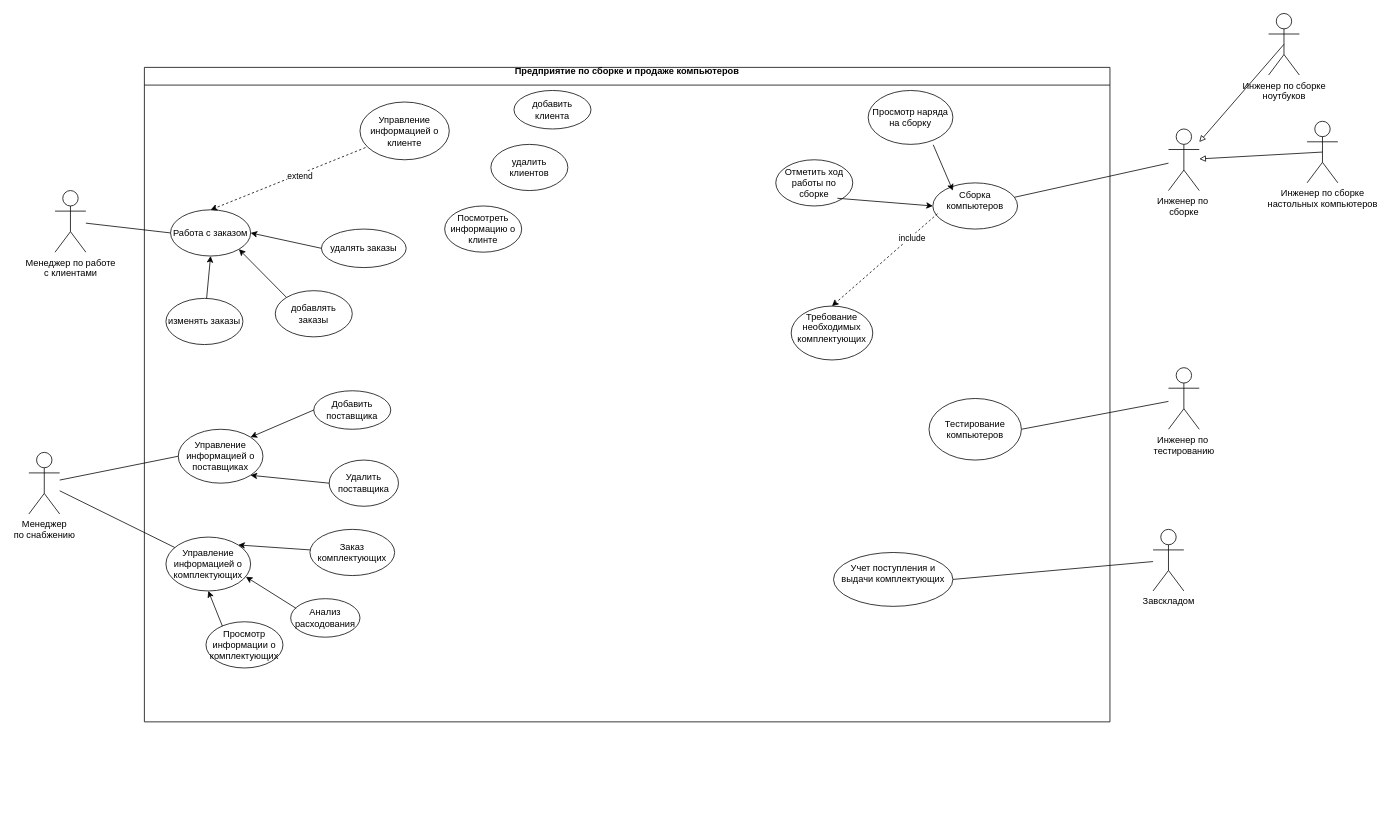
Before: LabWork1SemenovDaniil.drawio in Semenov-D/UseCase-Diagram, a draw.io diagram. Source tidied: cells renumbered, new cells numbered last; positions are measured from the earlier drawing's top-left corner, leaving out a move shared by most shapes. Both pictures are drawn from the tidied source at 77%, with x=0, y=0 at pixel (28, 13).
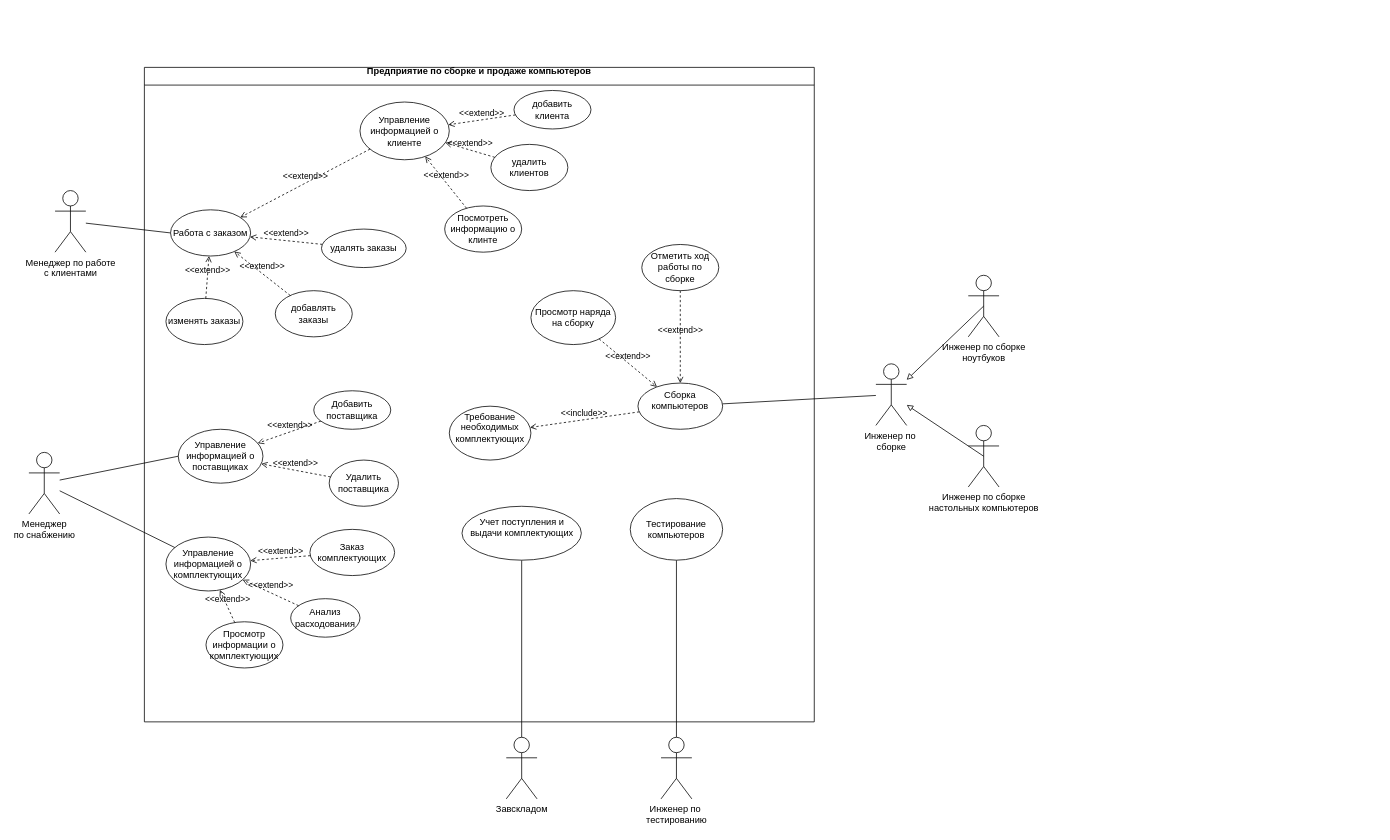
The same diagram, later.

The change refers to these unchanged cells:
```xml
<mxCell id="15" value="Управление информацией о клиенте" style="ellipse;whiteSpace=wrap;html=1;" parent="14" vertex="1">
  <mxGeometry x="280" y="45" width="116" height="75" as="geometry" />
</mxCell>
<mxCell id="16" value="Работа с заказом" style="ellipse;whiteSpace=wrap;html=1;" parent="14" vertex="1">
  <mxGeometry x="34" y="185" width="104" height="60" as="geometry" />
</mxCell>
<mxCell id="19" value="Управление информацией о комплектующих" style="ellipse;whiteSpace=wrap;html=1;" parent="14" vertex="1">
  <mxGeometry x="28" y="610" width="110" height="70" as="geometry" />
</mxCell>
<mxCell id="20" value="Управление информацией о поставщиках" style="ellipse;whiteSpace=wrap;html=1;" parent="14" vertex="1">
  <mxGeometry x="44" y="470" width="110" height="70" as="geometry" />
</mxCell>
<mxCell id="21" value="добавлять&lt;br&gt;заказы" style="ellipse;whiteSpace=wrap;html=1;" parent="14" vertex="1">
  <mxGeometry x="170" y="290" width="100" height="60" as="geometry" />
</mxCell>
<mxCell id="22" value="изменять заказы" style="ellipse;whiteSpace=wrap;html=1;" parent="14" vertex="1">
  <mxGeometry x="28" y="300" width="100" height="60" as="geometry" />
</mxCell>
<mxCell id="23" value="удалять заказы" style="ellipse;whiteSpace=wrap;html=1;" parent="14" vertex="1">
  <mxGeometry x="230" y="210" width="110" height="50" as="geometry" />
</mxCell>
<mxCell id="24" value="добавить клиента" style="ellipse;whiteSpace=wrap;html=1;" parent="14" vertex="1">
  <mxGeometry x="480" y="30" width="100" height="50" as="geometry" />
</mxCell>
<mxCell id="25" value="удалить клиентов" style="ellipse;whiteSpace=wrap;html=1;" parent="14" vertex="1">
  <mxGeometry x="450" y="100" width="100" height="60" as="geometry" />
</mxCell>
<mxCell id="26" value="Посмотреть информацию о клинте" style="ellipse;whiteSpace=wrap;html=1;" parent="14" vertex="1">
  <mxGeometry x="390" y="180" width="100" height="60" as="geometry" />
</mxCell>
<mxCell id="27" value="Добавить поставщика" style="ellipse;whiteSpace=wrap;html=1;" parent="14" vertex="1">
  <mxGeometry x="220" y="420" width="100" height="50" as="geometry" />
</mxCell>
<mxCell id="28" value="Удалить поставщика" style="ellipse;whiteSpace=wrap;html=1;" parent="14" vertex="1">
  <mxGeometry x="240" y="510" width="90" height="60" as="geometry" />
</mxCell>
<mxCell id="29" value="Просмотр информации о комплектующих" style="ellipse;whiteSpace=wrap;html=1;" parent="14" vertex="1">
  <mxGeometry x="80" y="720" width="100" height="60" as="geometry" />
</mxCell>
<mxCell id="30" value="Анализ расходования" style="ellipse;whiteSpace=wrap;html=1;" parent="14" vertex="1">
  <mxGeometry x="190" y="690" width="90" height="50" as="geometry" />
</mxCell>
<mxCell id="31" value="Заказ комплектующих" style="ellipse;whiteSpace=wrap;html=1;" parent="14" vertex="1">
  <mxGeometry x="215" y="600" width="110" height="60" as="geometry" />
</mxCell>
```

Diff of the diagram source:
```diff
@@
     <mxCell id="3" value="Инженер по сборке&lt;br&gt;настольных компьютеров" style="shape=umlActor;verticalLabelPosition=bottom;verticalAlign=top;html=1;outlineConnect=0;" parent="1" vertex="1">
-      <mxGeometry x="1660" y="140" width="40" height="80" as="geometry" />
+      <mxGeometry x="1220" y="535" width="40" height="80" as="geometry" />
     </mxCell>
     <mxCell id="4" value="Инженер по сборке&lt;br&gt;ноутбуков" style="shape=umlActor;verticalLabelPosition=bottom;verticalAlign=top;html=1;outlineConnect=0;" parent="1" vertex="1">
-      <mxGeometry x="1610" width="40" height="80" as="geometry" />
+      <mxGeometry x="1220" y="340" width="40" height="80" as="geometry" />
     </mxCell>
     <mxCell id="5" value="Завскладом" style="shape=umlActor;verticalLabelPosition=bottom;verticalAlign=top;html=1;outlineConnect=0;" parent="1" vertex="1">
-      <mxGeometry x="1460" y="670" width="40" height="80" as="geometry" />
+      <mxGeometry x="620" y="940" width="40" height="80" as="geometry" />
     </mxCell>
     <mxCell id="6" value="Инженер по&amp;nbsp;&lt;br&gt;тестированию" style="shape=umlActor;verticalLabelPosition=bottom;verticalAlign=top;html=1;outlineConnect=0;" parent="1" vertex="1">
-      <mxGeometry x="1480" y="460" width="40" height="80" as="geometry" />
+      <mxGeometry x="821" y="940" width="40" height="80" as="geometry" />
     </mxCell>
@@
     <mxCell id="10" value="Инженер по&amp;nbsp;&lt;br&gt;сборке" style="shape=umlActor;verticalLabelPosition=bottom;verticalAlign=top;html=1;outlineConnect=0;" parent="1" vertex="1">
-      <mxGeometry x="1480" y="150" width="40" height="80" as="geometry" />
+      <mxGeometry x="1100" y="455" width="40" height="80" as="geometry" />
     </mxCell>
@@
-    <mxCell id="12" style="endArrow=none;html=1;rounded=0;entryX=1;entryY=0.5;entryDx=0;entryDy=0;" parent="1" edge="1" source="5" target="39">
+    <mxCell id="12" style="endArrow=none;html=1;rounded=0;" parent="1" edge="1" source="5" target="39">
       <mxGeometry relative="1" as="geometry" />
     </mxCell>
-    <mxCell id="13" style="endArrow=none;html=1;rounded=0;entryX=1;entryY=0.5;entryDx=0;entryDy=0;" parent="1" edge="1" source="6" target="38">
+    <mxCell id="13" style="endArrow=none;html=1;rounded=0;" parent="1" edge="1" source="6" target="38">
       <mxGeometry relative="1" as="geometry" />
     </mxCell>
     <mxCell id="14" value="&#10;Предприятие по сборке и продаже компьютеров&#10;&#10;" style="swimlane;" parent="1" vertex="1">
-      <mxGeometry x="150" y="70" width="1254" height="850" as="geometry" />
+      <mxGeometry x="150" y="70" width="870" height="850" as="geometry" />
     </mxCell>
@@
-    <mxCell id="17" style="endArrow=classic;html=1;rounded=0;dashed=1;entryX=0.5;entryY=0;entryDx=0;entryDy=0;startArrow=none;exitX=0.062;exitY=0.789;exitDx=0;exitDy=0;exitPerimeter=0;" parent="14" edge="1" source="15" target="16">
-      <mxGeometry relative="1" as="geometry" />
-    </mxCell>
-    <mxCell id="18" value="extend" style="edgeLabel;html=1;align=center;verticalAlign=middle;" parent="17" vertex="1">
-      <mxGeometry x="-0.14" y="2" relative="1" as="geometry" />
-    </mxCell>
@@
     <mxCell id="32" value="&#10;Сборка компьютеров&#10;&#10;" style="ellipse;whiteSpace=wrap;html=1;" parent="14" vertex="1">
-      <mxGeometry x="1024" y="150" width="110" height="60" as="geometry" />
+      <mxGeometry x="641" y="410" width="110" height="60" as="geometry" />
     </mxCell>
     <mxCell id="33" value="&#10;Требование необходимых комплектующих &#10;&#10;" style="ellipse;whiteSpace=wrap;html=1;" parent="14" vertex="1">
-      <mxGeometry x="840" y="310" width="106" height="70" as="geometry" />
+      <mxGeometry x="396" y="440" width="106" height="70" as="geometry" />
     </mxCell>
-    <mxCell id="34" style="endArrow=classic;html=1;rounded=0;dashed=1;entryX=0.5;entryY=0;entryDx=0;entryDy=0;exitX=0.055;exitY=0.667;exitDx=0;exitDy=0;startArrow=none;exitPerimeter=0;" parent="14" edge="1" source="32" target="33">
-      <mxGeometry relative="1" as="geometry" />
-    </mxCell>
-    <mxCell id="35" value="include" style="edgeLabel;html=1;align=center;verticalAlign=middle;" parent="34" vertex="1">
-      <mxGeometry x="-0.5" y="2" relative="1" as="geometry" />
-    </mxCell>
     <mxCell id="36" value="Просмотр наряда на сборку" style="ellipse;whiteSpace=wrap;html=1;" parent="14" vertex="1">
-      <mxGeometry x="940" y="30" width="110" height="70" as="geometry" />
+      <mxGeometry x="502" y="290" width="110" height="70" as="geometry" />
     </mxCell>
     <mxCell id="37" value="Отметить ход работы по сборке" style="ellipse;whiteSpace=wrap;html=1;" parent="14" vertex="1">
-      <mxGeometry x="820" y="120" width="100" height="60" as="geometry" />
+      <mxGeometry x="646" y="230" width="100" height="60" as="geometry" />
     </mxCell>
     <mxCell id="38" value="Тестирование компьютеров" style="ellipse;whiteSpace=wrap;html=1;" parent="14" vertex="1">
-      <mxGeometry x="1019" y="430" width="120" height="80" as="geometry" />
+      <mxGeometry x="631" y="560" width="120" height="80" as="geometry" />
     </mxCell>
     <mxCell id="39" value="&#10;Учет поступления и выдачи комплектующих &#10;&#10;" style="ellipse;whiteSpace=wrap;html=1;" parent="14" vertex="1">
-      <mxGeometry x="895" y="630" width="155" height="70" as="geometry" />
+      <mxGeometry x="412.5" y="570" width="155" height="70" as="geometry" />
     </mxCell>
+    <mxCell id="34" value="&amp;lt;&amp;lt;include&amp;gt;&amp;gt;" style="html=1;verticalAlign=bottom;labelBackgroundColor=none;endArrow=open;endFill=0;dashed=1;rounded=0;" parent="14" edge="1" source="32" target="33">
+      <mxGeometry relative="1" as="geometry" />
+    </mxCell>
+    <mxCell id="53" value="&amp;lt;&amp;lt;extend&amp;gt;&amp;gt;" style="html=1;verticalAlign=bottom;labelBackgroundColor=none;endArrow=open;endFill=0;dashed=1;rounded=0;" parent="14" edge="1" source="37" target="32">
+      <mxGeometry relative="1" as="geometry" />
+    </mxCell>
+    <mxCell id="54" value="&amp;lt;&amp;lt;extend&amp;gt;&amp;gt;" style="html=1;verticalAlign=bottom;labelBackgroundColor=none;endArrow=open;endFill=0;dashed=1;rounded=0;" parent="14" edge="1" source="36" target="32">
+      <mxGeometry relative="1" as="geometry" />
+    </mxCell>
+    <mxCell id="55" value="&amp;lt;&amp;lt;extend&amp;gt;&amp;gt;" style="html=1;verticalAlign=bottom;labelBackgroundColor=none;endArrow=open;endFill=0;dashed=1;rounded=0;" parent="14" edge="1" source="25" target="15">
+      <mxGeometry relative="1" as="geometry" />
+    </mxCell>
+    <mxCell id="56" value="&amp;lt;&amp;lt;extend&amp;gt;&amp;gt;" style="html=1;verticalAlign=bottom;labelBackgroundColor=none;endArrow=open;endFill=0;dashed=1;rounded=0;" parent="14" edge="1" source="26" target="15">
+      <mxGeometry relative="1" as="geometry" />
+    </mxCell>
+    <mxCell id="57" value="&amp;lt;&amp;lt;extend&amp;gt;&amp;gt;" style="html=1;verticalAlign=bottom;labelBackgroundColor=none;endArrow=open;endFill=0;dashed=1;rounded=0;" parent="14" edge="1" source="24" target="15">
+      <mxGeometry relative="1" as="geometry" />
+    </mxCell>
+    <mxCell id="17" value="&amp;lt;&amp;lt;extend&amp;gt;&amp;gt;" style="html=1;verticalAlign=bottom;labelBackgroundColor=none;endArrow=open;endFill=0;dashed=1;rounded=0;" parent="14" edge="1" source="15" target="16">
+      <mxGeometry relative="1" as="geometry" />
+    </mxCell>
-    <mxCell id="40" style="endArrow=classic;html=1;rounded=0;entryX=1;entryY=0.5;entryDx=0;entryDy=0;exitX=0;exitY=0.5;exitDx=0;exitDy=0;" parent="14" edge="1" source="23" target="16">
+    <mxCell id="40" value="&amp;lt;&amp;lt;extend&amp;gt;&amp;gt;" style="html=1;verticalAlign=bottom;labelBackgroundColor=none;endArrow=open;endFill=0;dashed=1;rounded=0;" parent="14" edge="1" source="23" target="16">
       <mxGeometry relative="1" as="geometry" />
     </mxCell>
-    <mxCell id="41" style="endArrow=classic;html=1;rounded=0;entryX=1;entryY=1;entryDx=0;entryDy=0;exitX=0;exitY=0;exitDx=0;exitDy=0;" parent="14" edge="1" source="21" target="16">
+    <mxCell id="41" value="&amp;lt;&amp;lt;extend&amp;gt;&amp;gt;" style="html=1;verticalAlign=bottom;labelBackgroundColor=none;endArrow=open;endFill=0;dashed=1;rounded=0;" parent="14" edge="1" source="21" target="16">
       <mxGeometry relative="1" as="geometry" />
     </mxCell>
-    <mxCell id="42" style="endArrow=classic;html=1;rounded=0;entryX=0.5;entryY=1;entryDx=0;entryDy=0;" parent="14" edge="1" source="22" target="16">
+    <mxCell id="42" value="&amp;lt;&amp;lt;extend&amp;gt;&amp;gt;" style="html=1;verticalAlign=bottom;labelBackgroundColor=none;endArrow=open;endFill=0;dashed=1;rounded=0;" parent="14" edge="1" source="22" target="16">
       <mxGeometry relative="1" as="geometry" />
     </mxCell>
-    <mxCell id="43" style="endArrow=classic;html=1;rounded=0;entryX=1;entryY=0;entryDx=0;entryDy=0;exitX=0;exitY=0.5;exitDx=0;exitDy=0;" parent="14" edge="1" source="27" target="20">
+    <mxCell id="43" value="&amp;lt;&amp;lt;extend&amp;gt;&amp;gt;" style="html=1;verticalAlign=bottom;labelBackgroundColor=none;endArrow=open;endFill=0;dashed=1;rounded=0;" parent="14" edge="1" source="27" target="20">
       <mxGeometry relative="1" as="geometry" />
     </mxCell>
-    <mxCell id="44" style="endArrow=classic;html=1;rounded=0;entryX=1;entryY=1;entryDx=0;entryDy=0;exitX=0;exitY=0.5;exitDx=0;exitDy=0;" parent="14" edge="1" source="28" target="20">
+    <mxCell id="44" value="&amp;lt;&amp;lt;extend&amp;gt;&amp;gt;" style="html=1;verticalAlign=bottom;labelBackgroundColor=none;endArrow=open;endFill=0;dashed=1;rounded=0;" parent="14" edge="1" source="28" target="20">
       <mxGeometry relative="1" as="geometry" />
     </mxCell>
-    <mxCell id="45" style="endArrow=classic;html=1;rounded=0;entryX=1;entryY=0;entryDx=0;entryDy=0;" parent="14" edge="1" source="31" target="19">
+    <mxCell id="45" value="&amp;lt;&amp;lt;extend&amp;gt;&amp;gt;" style="html=1;verticalAlign=bottom;labelBackgroundColor=none;endArrow=open;endFill=0;dashed=1;rounded=0;" parent="14" edge="1" source="31" target="19">
       <mxGeometry relative="1" as="geometry" />
     </mxCell>
-    <mxCell id="46" style="endArrow=classic;html=1;rounded=0;entryX=0.944;entryY=0.737;entryDx=0;entryDy=0;exitX=0.08;exitY=0.253;exitDx=0;exitDy=0;entryPerimeter=0;exitPerimeter=0;" parent="14" edge="1" source="30" target="19">
+    <mxCell id="46" value="&amp;lt;&amp;lt;extend&amp;gt;&amp;gt;" style="html=1;verticalAlign=bottom;labelBackgroundColor=none;endArrow=open;endFill=0;dashed=1;rounded=0;" parent="14" edge="1" source="30" target="19">
       <mxGeometry relative="1" as="geometry" />
     </mxCell>
-    <mxCell id="47" style="endArrow=classic;html=1;rounded=0;entryX=0.5;entryY=1;entryDx=0;entryDy=0;exitX=0.214;exitY=0.096;exitDx=0;exitDy=0;exitPerimeter=0;" parent="14" edge="1" source="29" target="19">
+    <mxCell id="47" value="&amp;lt;&amp;lt;extend&amp;gt;&amp;gt;" style="html=1;verticalAlign=bottom;labelBackgroundColor=none;endArrow=open;endFill=0;dashed=1;rounded=0;" parent="14" edge="1" source="29" target="19">
       <mxGeometry relative="1" as="geometry" />
     </mxCell>
-    <mxCell id="48" style="endArrow=classic;html=1;rounded=0;entryX=0;entryY=0.5;entryDx=0;entryDy=0;" parent="14" edge="1" target="32">
-      <mxGeometry relative="1" as="geometry">
-        <mxPoint x="900" y="170" as="sourcePoint" />
-      </mxGeometry>
-    </mxCell>
-    <mxCell id="49" style="endArrow=classic;html=1;rounded=0;exitX=0.768;exitY=1.008;exitDx=0;exitDy=0;exitPerimeter=0;" parent="14" edge="1" source="36">
-      <mxGeometry relative="1" as="geometry">
-        <mxPoint x="1050" y="160" as="targetPoint" />
-      </mxGeometry>
-    </mxCell>
```
